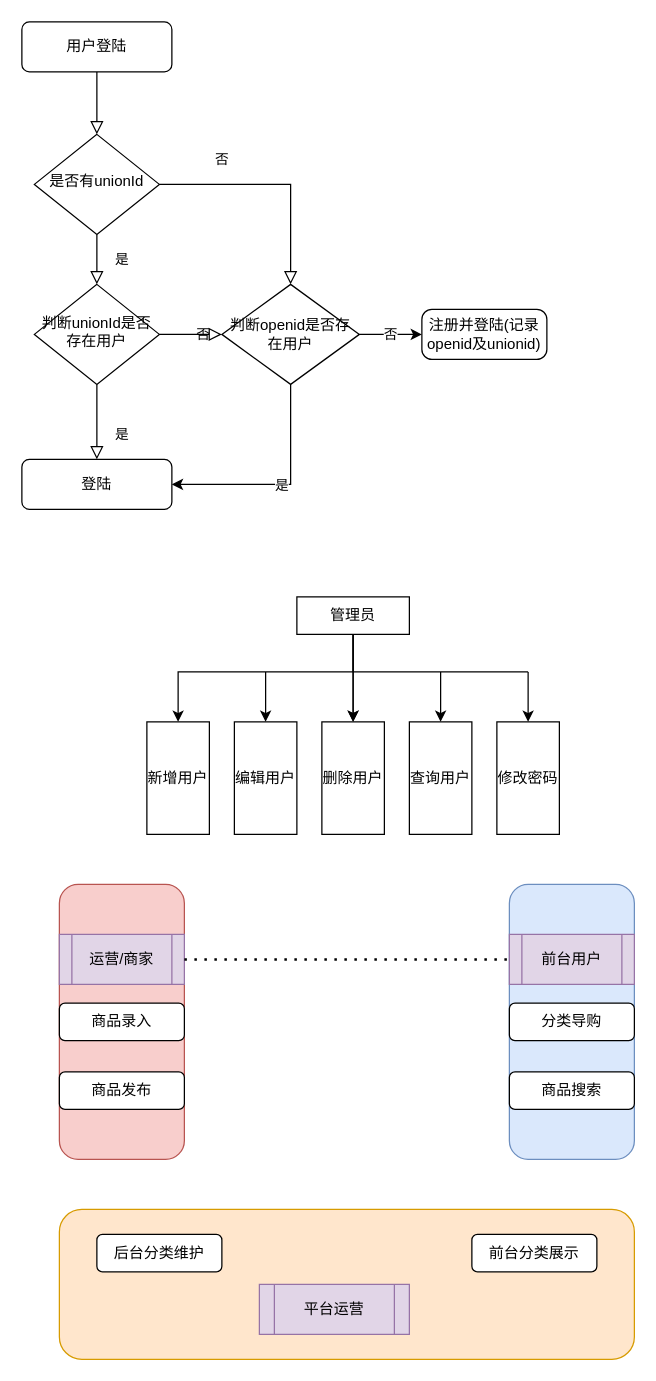
The draw.io diagram Untitled Diagram.drawio in yehanming/free, before the edit. Source tidied: cells renumbered, new cells numbered last; positions are measured from the earlier drawing's top-left corner, leaving out a move shared by most shapes. Both pictures are drawn from the tidied source at 125%, with x=0, y=0 at pixel (21, 21).
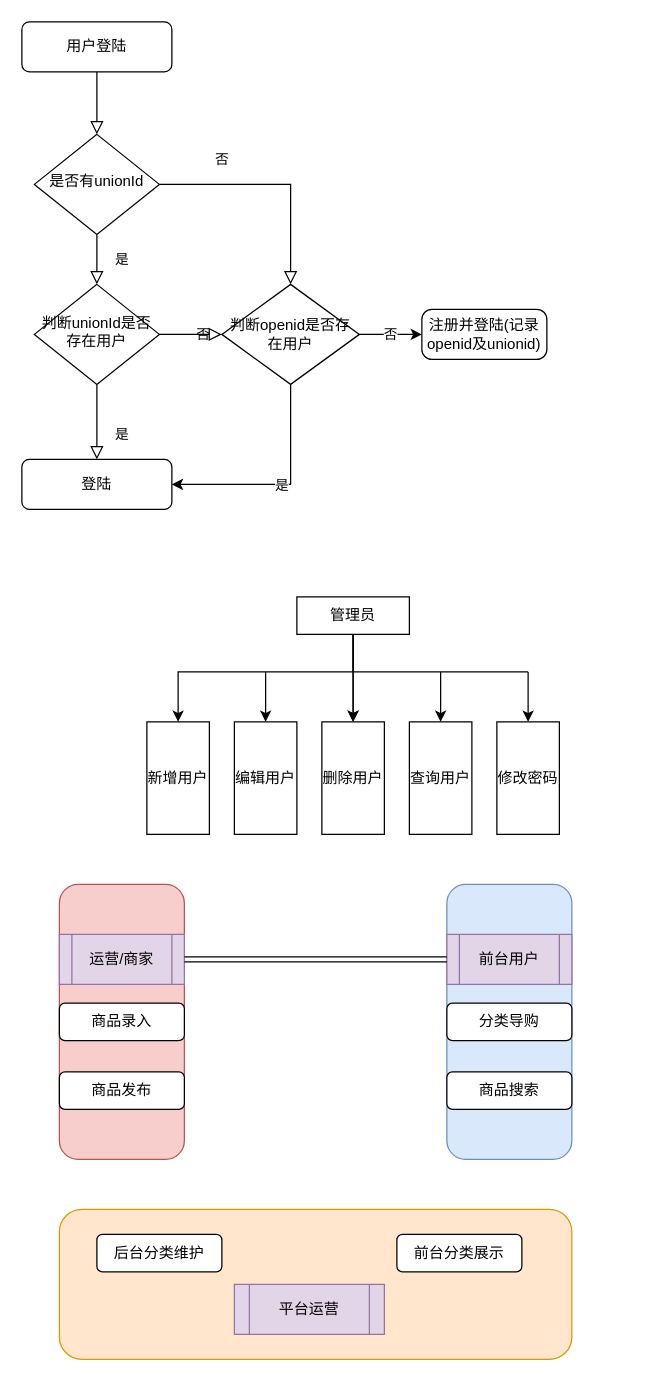
After the change.

The change refers to these unchanged cells:
```xml
<mxCell id="34" value="运营/商家" style="shape=process;whiteSpace=wrap;html=1;backgroundOutline=1;fillColor=#e1d5e7;strokeColor=#9673a6;" parent="1" vertex="1">
  <mxGeometry x="30" y="730" width="100" height="40" as="geometry" />
</mxCell>
```

Change to the diagram source:
```diff
@@
     <mxCell id="29" style="rounded=1;whiteSpace=wrap;html=1;fillColor=#ffe6cc;strokeColor=#d79b00;" parent="1" vertex="1">
-      <mxGeometry x="30" y="950" width="460" height="120" as="geometry" />
+      <mxGeometry x="30" y="950" width="410" height="120" as="geometry" />
     </mxCell>
@@
     <mxCell id="31" value="前台分类展示" style="rounded=1;whiteSpace=wrap;html=1;" parent="1" vertex="1">
-      <mxGeometry x="360" y="970" width="100" height="30" as="geometry" />
+      <mxGeometry x="300" y="970" width="100" height="30" as="geometry" />
     </mxCell>
     <mxCell id="32" value="平台运营" style="shape=process;whiteSpace=wrap;html=1;backgroundOutline=1;fillColor=#e1d5e7;strokeColor=#9673a6;" parent="1" vertex="1">
-      <mxGeometry x="190" y="1010" width="120" height="40" as="geometry" />
+      <mxGeometry x="170" y="1010" width="120" height="40" as="geometry" />
     </mxCell>
@@
     <mxCell id="37" style="rounded=1;whiteSpace=wrap;html=1;fillColor=#dae8fc;strokeColor=#6c8ebf;" parent="1" vertex="1">
-      <mxGeometry x="390" y="690" width="100" height="220" as="geometry" />
+      <mxGeometry x="340" y="690" width="100" height="220" as="geometry" />
     </mxCell>
     <mxCell id="38" value="前台用户" style="shape=process;whiteSpace=wrap;html=1;backgroundOutline=1;fillColor=#e1d5e7;strokeColor=#9673a6;" parent="1" vertex="1">
-      <mxGeometry x="390" y="730" width="100" height="40" as="geometry" />
+      <mxGeometry x="340" y="730" width="100" height="40" as="geometry" />
     </mxCell>
     <mxCell id="39" value="分类导购" style="rounded=1;whiteSpace=wrap;html=1;" parent="1" vertex="1">
-      <mxGeometry x="390" y="785" width="100" height="30" as="geometry" />
+      <mxGeometry x="340" y="785" width="100" height="30" as="geometry" />
     </mxCell>
     <mxCell id="40" value="商品搜索" style="rounded=1;whiteSpace=wrap;html=1;" parent="1" vertex="1">
-      <mxGeometry x="390" y="840" width="100" height="30" as="geometry" />
+      <mxGeometry x="340" y="840" width="100" height="30" as="geometry" />
     </mxCell>
-    <mxCell id="41" style="endArrow=none;dashed=1;html=1;dashPattern=1 3;strokeWidth=2;rounded=0;entryX=0;entryY=0.5;entryDx=0;entryDy=0;exitX=1;exitY=0.5;exitDx=0;exitDy=0;" parent="1" edge="1" source="34" target="38">
+    <mxCell id="41" style="shape=link;html=1;rounded=0;entryX=0;entryY=0.5;entryDx=0;entryDy=0;exitX=1;exitY=0.5;exitDx=0;exitDy=0;" parent="1" edge="1" source="34" target="38">
       <mxGeometry relative="1" as="geometry" />
     </mxCell>
```
